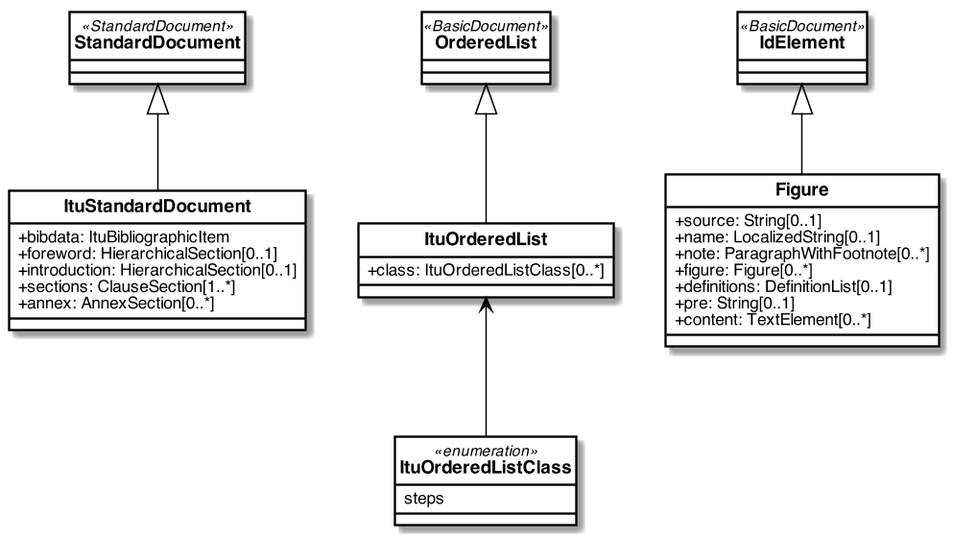
The PlantUML diagram itu/images/ItuStandardDocument.png in metanorma/standoc-models, before a commit.
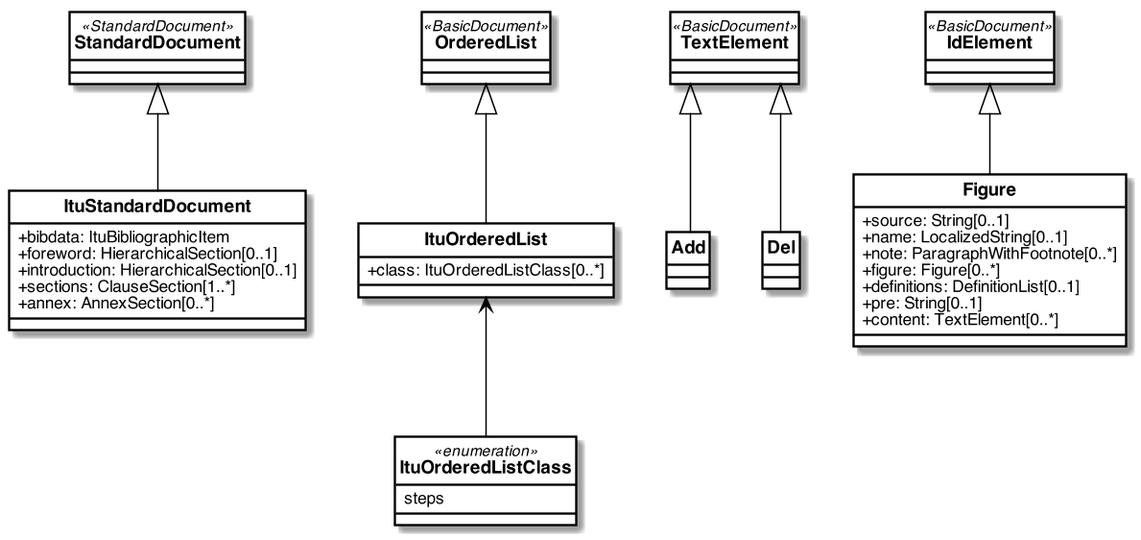
After the commit.

Commit message:
add, del elements: https://github.com/metanorma/metanorma-itu/issues/124

Diff of the diagram source:
```diff
@@ -48,6 +48,15 @@
 class OrderedList <<BasicDocument>> {
 }
 
+class TextElement <<BasicDocument>> {
+}
+
+class Add {
+}
+
+class Del {
+}
+
 class ItuOrderedList {
   +class: ItuOrderedListClass[0..*]
 }
@@ -89,4 +98,7 @@
 OrderedList <|-- ItuOrderedList
 ItuOrderedList <-- ItuOrderedListClass
 
+TextElement <|-- Add
+TextElement <|-- Del
+
 @enduml
```
